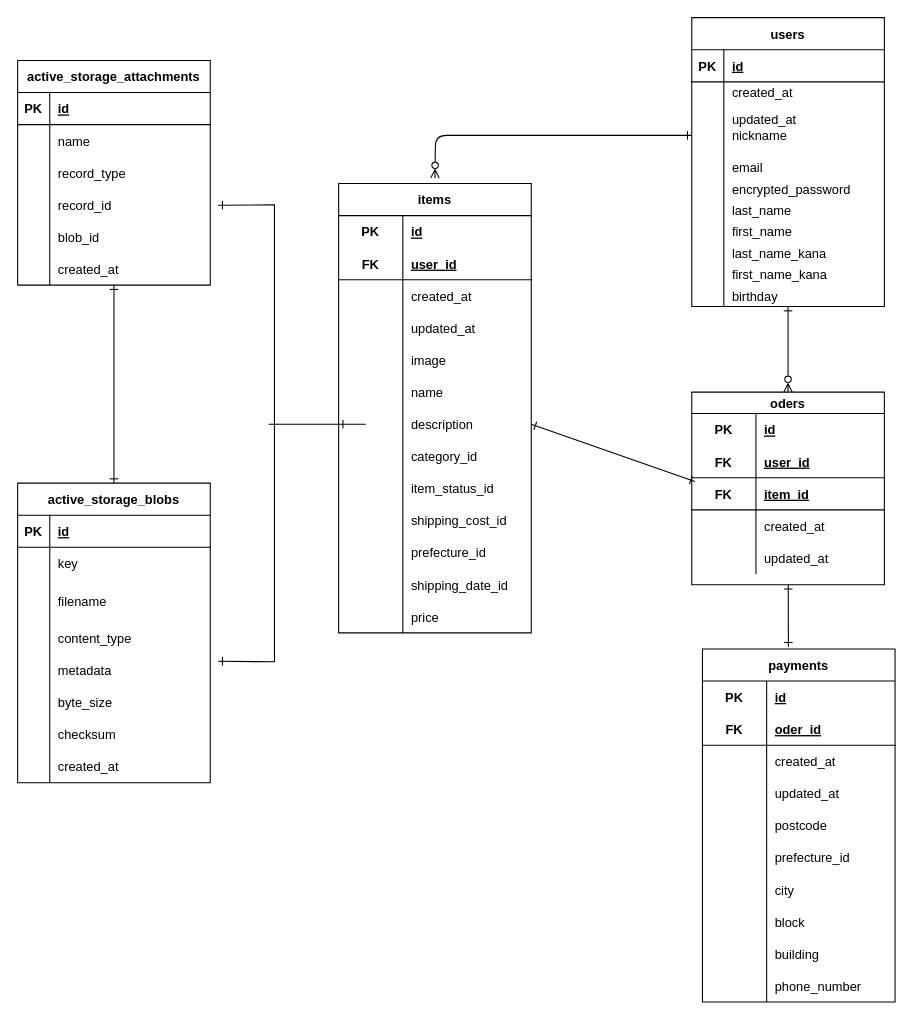
Earlier version of the draw.io diagram furima.dio (minmin0528/furima-39271). Source tidied: cells renumbered, new cells numbered last; positions are measured from the earlier drawing's top-left corner, leaving out a move shared by most shapes. Both pictures are drawn from the tidied source at 107%, with x=0, y=0 at pixel (17, 17).
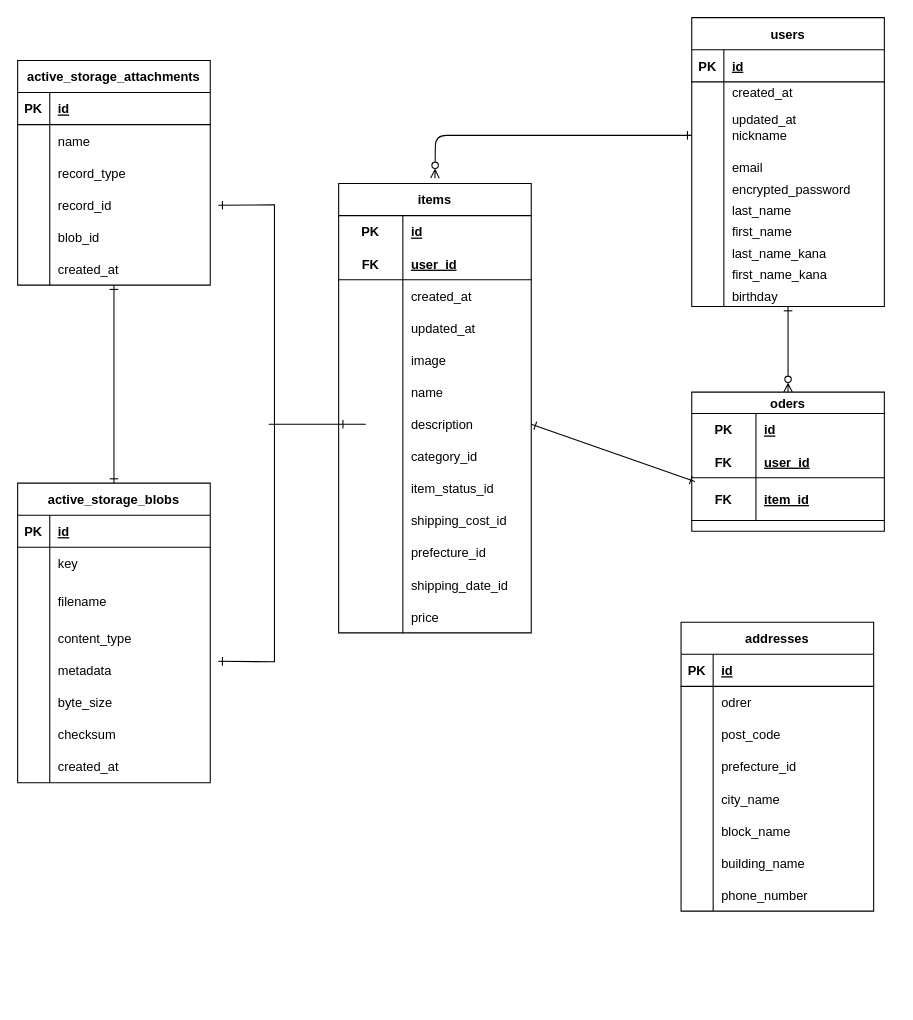
The same diagram, later.

Diff of the diagram source:
```diff
@@
-    <mxCell id="38" style="edgeStyle=none;html=1;entryX=0.446;entryY=-0.006;entryDx=0;entryDy=0;entryPerimeter=0;startArrow=ERone;startFill=0;endArrow=ERone;endFill=0;" parent="1" edge="1" source="39" target="55">
-      <mxGeometry relative="1" as="geometry" />
-    </mxCell>
     <mxCell id="39" value="oders" style="shape=table;startSize=20;childLayout=tableLayout;rowLines=0;fontStyle=1;align=center;" parent="1" vertex="1">
-      <mxGeometry x="630" y="350" width="180" height="180" as="geometry" />
+      <mxGeometry x="630" y="350" width="180" height="130" as="geometry" />
     </mxCell>
@@
     <mxCell id="46" style="shape=tableRow;horizontal=0;startSize=0;swimlaneHead=0;swimlaneBody=0;fillColor=none;top=0;left=0;right=0;bottom=1;" parent="39" vertex="1">
-      <mxGeometry y="80" width="180" height="30" as="geometry" />
+      <mxGeometry y="80" width="180" height="40" as="geometry" />
     </mxCell>
     <mxCell id="47" value="FK" style="shape=partialRectangle;fillColor=none;top=0;left=0;bottom=0;right=0;fontStyle=1;overflow=hidden;" parent="46" vertex="1">
-      <mxGeometry width="60" height="30" as="geometry" />
+      <mxGeometry width="60" height="40" as="geometry" />
     </mxCell>
     <mxCell id="48" value="item_id" style="shape=partialRectangle;fillColor=none;top=0;left=0;bottom=0;right=0;align=left;spacingLeft=6;fontStyle=5;overflow=hidden;" parent="46" vertex="1">
-      <mxGeometry x="60" width="120" height="30" as="geometry" />
+      <mxGeometry x="60" width="120" height="40" as="geometry" />
     </mxCell>
-    <mxCell id="49" style="shape=tableRow;horizontal=0;startSize=0;swimlaneHead=0;swimlaneBody=0;fillColor=none;top=0;left=0;right=0;bottom=0;" parent="39" vertex="1">
-      <mxGeometry y="110" width="180" height="30" as="geometry" />
-    </mxCell>
-    <mxCell id="50" style="shape=partialRectangle;fillColor=none;top=0;left=0;bottom=0;right=0;overflow=hidden;" parent="49" vertex="1">
-      <mxGeometry width="60" height="30" as="geometry" />
-    </mxCell>
-    <mxCell id="51" value="created_at" style="shape=partialRectangle;fillColor=none;top=0;left=0;bottom=0;right=0;align=left;spacingLeft=6;overflow=hidden;" parent="49" vertex="1">
-      <mxGeometry x="60" width="120" height="30" as="geometry" />
-    </mxCell>
-    <mxCell id="52" style="shape=tableRow;horizontal=0;startSize=0;swimlaneHead=0;swimlaneBody=0;fillColor=none;top=0;left=0;right=0;bottom=0;" parent="39" vertex="1">
-      <mxGeometry y="140" width="180" height="30" as="geometry" />
-    </mxCell>
-    <mxCell id="53" style="shape=partialRectangle;fillColor=none;top=0;left=0;bottom=0;right=0;overflow=hidden;" parent="52" vertex="1">
-      <mxGeometry width="60" height="30" as="geometry" />
-    </mxCell>
-    <mxCell id="54" value="updated_at" style="shape=partialRectangle;fillColor=none;top=0;left=0;bottom=0;right=0;align=left;spacingLeft=6;overflow=hidden;" parent="52" vertex="1">
-      <mxGeometry x="60" width="120" height="30" as="geometry" />
-    </mxCell>
-    <mxCell id="55" value="payments" style="shape=table;startSize=30;childLayout=tableLayout;rowLines=0;fontStyle=1;align=center;" parent="1" vertex="1">
-      <mxGeometry x="640" y="590" width="180" height="330" as="geometry" />
-    </mxCell>
-    <mxCell id="56" style="shape=tableRow;horizontal=0;startSize=0;swimlaneHead=0;swimlaneBody=0;fillColor=none;top=0;left=0;right=0;bottom=0;" parent="55" vertex="1">
-      <mxGeometry y="30" width="180" height="30" as="geometry" />
-    </mxCell>
-    <mxCell id="57" value="PK" style="shape=partialRectangle;fillColor=none;top=0;left=0;bottom=0;right=0;fontStyle=1;overflow=hidden;" parent="56" vertex="1">
-      <mxGeometry width="60" height="30" as="geometry" />
-    </mxCell>
-    <mxCell id="58" value="id" style="shape=partialRectangle;fillColor=none;top=0;left=0;bottom=0;right=0;align=left;spacingLeft=6;fontStyle=5;overflow=hidden;" parent="56" vertex="1">
-      <mxGeometry x="60" width="120" height="30" as="geometry" />
-    </mxCell>
-    <mxCell id="59" style="shape=tableRow;horizontal=0;startSize=0;swimlaneHead=0;swimlaneBody=0;fillColor=none;top=0;left=0;right=0;bottom=1;" parent="55" vertex="1">
-      <mxGeometry y="60" width="180" height="30" as="geometry" />
-    </mxCell>
-    <mxCell id="60" value="FK" style="shape=partialRectangle;fillColor=none;top=0;left=0;bottom=0;right=0;fontStyle=1;overflow=hidden;" parent="59" vertex="1">
-      <mxGeometry width="60" height="30" as="geometry" />
-    </mxCell>
-    <mxCell id="61" value="oder_id" style="shape=partialRectangle;fillColor=none;top=0;left=0;bottom=0;right=0;align=left;spacingLeft=6;fontStyle=5;overflow=hidden;" parent="59" vertex="1">
-      <mxGeometry x="60" width="120" height="30" as="geometry" />
-    </mxCell>
-    <mxCell id="62" style="shape=tableRow;horizontal=0;startSize=0;swimlaneHead=0;swimlaneBody=0;fillColor=none;top=0;left=0;right=0;bottom=0;" parent="55" vertex="1">
-      <mxGeometry y="90" width="180" height="30" as="geometry" />
-    </mxCell>
-    <mxCell id="63" style="shape=partialRectangle;fillColor=none;top=0;left=0;bottom=0;right=0;overflow=hidden;" parent="62" vertex="1">
-      <mxGeometry width="60" height="30" as="geometry" />
-    </mxCell>
-    <mxCell id="64" value="created_at" style="shape=partialRectangle;fillColor=none;top=0;left=0;bottom=0;right=0;align=left;spacingLeft=6;overflow=hidden;" parent="62" vertex="1">
-      <mxGeometry x="60" width="120" height="30" as="geometry" />
-    </mxCell>
-    <mxCell id="65" style="shape=tableRow;horizontal=0;startSize=0;swimlaneHead=0;swimlaneBody=0;fillColor=none;top=0;left=0;right=0;bottom=0;" parent="55" vertex="1">
-      <mxGeometry y="120" width="180" height="30" as="geometry" />
-    </mxCell>
-    <mxCell id="66" style="shape=partialRectangle;fillColor=none;top=0;left=0;bottom=0;right=0;overflow=hidden;" parent="65" vertex="1">
-      <mxGeometry width="60" height="30" as="geometry" />
-    </mxCell>
-    <mxCell id="67" value="updated_at" style="shape=partialRectangle;fillColor=none;top=0;left=0;bottom=0;right=0;align=left;spacingLeft=6;overflow=hidden;" parent="65" vertex="1">
-      <mxGeometry x="60" width="120" height="30" as="geometry" />
-    </mxCell>
-    <mxCell id="68" style="shape=tableRow;horizontal=0;startSize=0;swimlaneHead=0;swimlaneBody=0;fillColor=none;top=0;left=0;right=0;bottom=0;" parent="55" vertex="1">
-      <mxGeometry y="150" width="180" height="30" as="geometry" />
-    </mxCell>
-    <mxCell id="69" style="shape=partialRectangle;fillColor=none;top=0;left=0;bottom=0;right=0;overflow=hidden;" parent="68" vertex="1">
-      <mxGeometry width="60" height="30" as="geometry" />
-    </mxCell>
-    <mxCell id="70" value="postcode" style="shape=partialRectangle;fillColor=none;top=0;left=0;bottom=0;right=0;align=left;spacingLeft=6;overflow=hidden;" parent="68" vertex="1">
-      <mxGeometry x="60" width="120" height="30" as="geometry" />
-    </mxCell>
-    <mxCell id="71" style="shape=tableRow;horizontal=0;startSize=0;swimlaneHead=0;swimlaneBody=0;fillColor=none;top=0;left=0;right=0;bottom=0;" parent="55" vertex="1">
-      <mxGeometry y="180" width="180" height="30" as="geometry" />
-    </mxCell>
-    <mxCell id="72" style="shape=partialRectangle;fillColor=none;top=0;left=0;bottom=0;right=0;overflow=hidden;" parent="71" vertex="1">
-      <mxGeometry width="60" height="30" as="geometry" />
-    </mxCell>
-    <mxCell id="73" value="prefecture_id" style="shape=partialRectangle;fillColor=none;top=0;left=0;bottom=0;right=0;align=left;spacingLeft=6;overflow=hidden;" parent="71" vertex="1">
-      <mxGeometry x="60" width="120" height="30" as="geometry" />
-    </mxCell>
-    <mxCell id="74" style="shape=tableRow;horizontal=0;startSize=0;swimlaneHead=0;swimlaneBody=0;fillColor=none;top=0;left=0;right=0;bottom=0;" parent="55" vertex="1">
-      <mxGeometry y="210" width="180" height="30" as="geometry" />
-    </mxCell>
-    <mxCell id="75" style="shape=partialRectangle;fillColor=none;top=0;left=0;bottom=0;right=0;overflow=hidden;" parent="74" vertex="1">
-      <mxGeometry width="60" height="30" as="geometry" />
-    </mxCell>
-    <mxCell id="76" value="city" style="shape=partialRectangle;fillColor=none;top=0;left=0;bottom=0;right=0;align=left;spacingLeft=6;overflow=hidden;" parent="74" vertex="1">
-      <mxGeometry x="60" width="120" height="30" as="geometry" />
-    </mxCell>
-    <mxCell id="77" style="shape=tableRow;horizontal=0;startSize=0;swimlaneHead=0;swimlaneBody=0;fillColor=none;top=0;left=0;right=0;bottom=0;" parent="55" vertex="1">
-      <mxGeometry y="240" width="180" height="30" as="geometry" />
-    </mxCell>
-    <mxCell id="78" style="shape=partialRectangle;fillColor=none;top=0;left=0;bottom=0;right=0;overflow=hidden;" parent="77" vertex="1">
-      <mxGeometry width="60" height="30" as="geometry" />
-    </mxCell>
-    <mxCell id="79" value="block" style="shape=partialRectangle;fillColor=none;top=0;left=0;bottom=0;right=0;align=left;spacingLeft=6;overflow=hidden;" parent="77" vertex="1">
-      <mxGeometry x="60" width="120" height="30" as="geometry" />
-    </mxCell>
-    <mxCell id="80" style="shape=tableRow;horizontal=0;startSize=0;swimlaneHead=0;swimlaneBody=0;fillColor=none;top=0;left=0;right=0;bottom=0;" parent="55" vertex="1">
-      <mxGeometry y="270" width="180" height="30" as="geometry" />
-    </mxCell>
-    <mxCell id="81" style="shape=partialRectangle;fillColor=none;top=0;left=0;bottom=0;right=0;overflow=hidden;" parent="80" vertex="1">
-      <mxGeometry width="60" height="30" as="geometry" />
-    </mxCell>
-    <mxCell id="82" value="building" style="shape=partialRectangle;fillColor=none;top=0;left=0;bottom=0;right=0;align=left;spacingLeft=6;overflow=hidden;" parent="80" vertex="1">
-      <mxGeometry x="60" width="120" height="30" as="geometry" />
-    </mxCell>
-    <mxCell id="83" style="shape=tableRow;horizontal=0;startSize=0;swimlaneHead=0;swimlaneBody=0;fillColor=none;top=0;left=0;right=0;bottom=0;" parent="55" vertex="1">
-      <mxGeometry y="300" width="180" height="30" as="geometry" />
-    </mxCell>
-    <mxCell id="84" style="shape=partialRectangle;fillColor=none;top=0;left=0;bottom=0;right=0;overflow=hidden;" parent="83" vertex="1">
-      <mxGeometry width="60" height="30" as="geometry" />
-    </mxCell>
-    <mxCell id="85" value="phone_number" style="shape=partialRectangle;fillColor=none;top=0;left=0;bottom=0;right=0;align=left;spacingLeft=6;overflow=hidden;" parent="83" vertex="1">
-      <mxGeometry x="60" width="120" height="30" as="geometry" />
-    </mxCell>
@@
+    <mxCell id="175" value="addresses" style="shape=table;startSize=30;childLayout=tableLayout;rowLines=0;fontStyle=1;align=center;" parent="1" vertex="1">
+      <mxGeometry x="620" y="565" width="180" height="270" as="geometry" />
+    </mxCell>
+    <mxCell id="176" style="shape=tableRow;horizontal=0;startSize=0;swimlaneHead=0;swimlaneBody=0;fillColor=none;top=0;left=0;right=0;bottom=1;" parent="175" vertex="1">
+      <mxGeometry y="30" width="180" height="30" as="geometry" />
+    </mxCell>
+    <mxCell id="57" value="PK" style="shape=partialRectangle;fillColor=none;top=0;left=0;bottom=0;right=0;fontStyle=1;overflow=hidden;" parent="176" vertex="1">
+      <mxGeometry width="30" height="30" as="geometry" />
+    </mxCell>
+    <mxCell id="58" value="id" style="shape=partialRectangle;fillColor=none;top=0;left=0;bottom=0;right=0;align=left;spacingLeft=6;fontStyle=5;overflow=hidden;" parent="176" vertex="1">
+      <mxGeometry x="30" width="150" height="30" as="geometry" />
+    </mxCell>
+    <mxCell id="177" style="shape=tableRow;horizontal=0;startSize=0;swimlaneHead=0;swimlaneBody=0;fillColor=none;top=0;left=0;right=0;bottom=0;" parent="175" vertex="1">
+      <mxGeometry y="60" width="180" height="30" as="geometry" />
+    </mxCell>
+    <mxCell id="178" style="shape=partialRectangle;fillColor=none;top=0;left=0;bottom=0;right=0;overflow=hidden;" parent="177" vertex="1">
+      <mxGeometry width="30" height="30" as="geometry" />
+    </mxCell>
+    <mxCell id="179" value="odrer" style="shape=partialRectangle;fillColor=none;top=0;left=0;bottom=0;right=0;align=left;spacingLeft=6;overflow=hidden;" parent="177" vertex="1">
+      <mxGeometry x="30" width="150" height="30" as="geometry" />
+    </mxCell>
+    <mxCell id="62" style="shape=tableRow;horizontal=0;startSize=0;swimlaneHead=0;swimlaneBody=0;fillColor=none;top=0;left=0;right=0;bottom=0;" parent="175" vertex="1">
+      <mxGeometry y="90" width="180" height="30" as="geometry" />
+    </mxCell>
+    <mxCell id="180" style="shape=partialRectangle;fillColor=none;top=0;left=0;bottom=0;right=0;overflow=hidden;" parent="62" vertex="1">
+      <mxGeometry width="30" height="30" as="geometry" />
+    </mxCell>
+    <mxCell id="181" value="post_code" style="shape=partialRectangle;fillColor=none;top=0;left=0;bottom=0;right=0;align=left;spacingLeft=6;overflow=hidden;" parent="62" vertex="1">
+      <mxGeometry x="30" width="150" height="30" as="geometry" />
+    </mxCell>
+    <mxCell id="65" style="shape=tableRow;horizontal=0;startSize=0;swimlaneHead=0;swimlaneBody=0;fillColor=none;top=0;left=0;right=0;bottom=0;" parent="175" vertex="1">
+      <mxGeometry y="120" width="180" height="30" as="geometry" />
+    </mxCell>
+    <mxCell id="182" style="shape=partialRectangle;fillColor=none;top=0;left=0;bottom=0;right=0;overflow=hidden;" parent="65" vertex="1">
+      <mxGeometry width="30" height="30" as="geometry" />
+    </mxCell>
+    <mxCell id="183" style="shape=partialRectangle;fillColor=none;top=0;left=0;bottom=0;right=0;align=left;spacingLeft=6;overflow=hidden;" parent="65" vertex="1">
+      <mxGeometry x="30" width="150" height="30" as="geometry" />
+    </mxCell>
+    <mxCell id="68" style="shape=tableRow;horizontal=0;startSize=0;swimlaneHead=0;swimlaneBody=0;fillColor=none;top=0;left=0;right=0;bottom=0;" parent="175" vertex="1">
+      <mxGeometry y="150" width="180" height="30" as="geometry" />
+    </mxCell>
+    <mxCell id="184" style="shape=partialRectangle;fillColor=none;top=0;left=0;bottom=0;right=0;overflow=hidden;" parent="68" vertex="1">
+      <mxGeometry width="30" height="30" as="geometry" />
+    </mxCell>
+    <mxCell id="185" value="city_name" style="shape=partialRectangle;fillColor=none;top=0;left=0;bottom=0;right=0;align=left;spacingLeft=6;overflow=hidden;" parent="68" vertex="1">
+      <mxGeometry x="30" width="150" height="30" as="geometry" />
+    </mxCell>
+    <mxCell id="71" style="shape=tableRow;horizontal=0;startSize=0;swimlaneHead=0;swimlaneBody=0;fillColor=none;top=0;left=0;right=0;bottom=0;" parent="175" vertex="1">
+      <mxGeometry y="180" width="180" height="30" as="geometry" />
+    </mxCell>
+    <mxCell id="186" style="shape=partialRectangle;fillColor=none;top=0;left=0;bottom=0;right=0;overflow=hidden;" parent="71" vertex="1">
+      <mxGeometry width="30" height="30" as="geometry" />
+    </mxCell>
+    <mxCell id="187" value="block_name" style="shape=partialRectangle;fillColor=none;top=0;left=0;bottom=0;right=0;align=left;spacingLeft=6;overflow=hidden;" parent="71" vertex="1">
+      <mxGeometry x="30" width="150" height="30" as="geometry" />
+    </mxCell>
+    <mxCell id="74" style="shape=tableRow;horizontal=0;startSize=0;swimlaneHead=0;swimlaneBody=0;fillColor=none;top=0;left=0;right=0;bottom=0;" parent="175" vertex="1">
+      <mxGeometry y="210" width="180" height="30" as="geometry" />
+    </mxCell>
+    <mxCell id="188" style="shape=partialRectangle;fillColor=none;top=0;left=0;bottom=0;right=0;overflow=hidden;" parent="74" vertex="1">
+      <mxGeometry width="30" height="30" as="geometry" />
+    </mxCell>
+    <mxCell id="189" value="building_name" style="shape=partialRectangle;fillColor=none;top=0;left=0;bottom=0;right=0;align=left;spacingLeft=6;overflow=hidden;" parent="74" vertex="1">
+      <mxGeometry x="30" width="150" height="30" as="geometry" />
+    </mxCell>
+    <mxCell id="77" style="shape=tableRow;horizontal=0;startSize=0;swimlaneHead=0;swimlaneBody=0;fillColor=none;top=0;left=0;right=0;bottom=0;" parent="175" vertex="1">
+      <mxGeometry y="240" width="180" height="30" as="geometry" />
+    </mxCell>
+    <mxCell id="190" style="shape=partialRectangle;fillColor=none;top=0;left=0;bottom=0;right=0;overflow=hidden;" parent="77" vertex="1">
+      <mxGeometry width="30" height="30" as="geometry" />
+    </mxCell>
+    <mxCell id="85" value="phone_number" style="shape=partialRectangle;fillColor=none;top=0;left=0;bottom=0;right=0;align=left;spacingLeft=6;overflow=hidden;" parent="77" vertex="1">
+      <mxGeometry x="30" width="150" height="30" as="geometry" />
+    </mxCell>
+    <mxCell id="73" value="prefecture_id" style="shape=partialRectangle;fillColor=none;top=0;left=0;bottom=0;right=0;align=left;spacingLeft=6;overflow=hidden;" parent="1" vertex="1">
+      <mxGeometry x="650" y="685" width="120" height="30" as="geometry" />
+    </mxCell>
```
